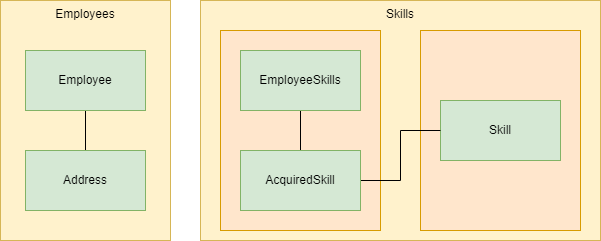
Above: artifacts/posts/images/mentoring-app.drawio.png in vicziani/vicziani.github.com (draw.io), before the change. Source tidied: cells renumbered, new cells last; positions are measured from the earlier drawing's top-left corner, leaving out a move shared by most shapes. Its diagram source:
```xml
<mxGraphModel>
  <root>
    <mxCell id="0" />
    <mxCell id="1" parent="0" />
    <mxCell id="2" value="Skills" style="rounded=0;whiteSpace=wrap;html=1;verticalAlign=top;fillColor=#fff2cc;strokeColor=#d6b656;" parent="1" vertex="1">
      <mxGeometry x="200" width="400" height="240" as="geometry" />
    </mxCell>
    <mxCell id="3" style="rounded=0;whiteSpace=wrap;html=1;fillColor=#ffe6cc;strokeColor=#d79b00;" parent="1" vertex="1">
      <mxGeometry x="420" y="30" width="160" height="200" as="geometry" />
    </mxCell>
    <mxCell id="4" style="rounded=0;whiteSpace=wrap;html=1;fillColor=#ffe6cc;strokeColor=#d79b00;" parent="1" vertex="1">
      <mxGeometry x="220" y="30" width="160" height="200" as="geometry" />
    </mxCell>
    <mxCell id="5" value="Employees" style="rounded=0;whiteSpace=wrap;html=1;verticalAlign=top;fillColor=#fff2cc;strokeColor=#d6b656;" parent="1" vertex="1">
      <mxGeometry width="170" height="240" as="geometry" />
    </mxCell>
    <mxCell id="6" style="edgeStyle=orthogonalEdgeStyle;rounded=0;jettySize=auto;html=1;exitX=0.5;exitY=1;exitDx=0;exitDy=0;endArrow=none;endFill=0;" parent="1" edge="1" source="7" target="8">
      <mxGeometry relative="1" as="geometry" />
    </mxCell>
    <mxCell id="7" value="Employee" style="rounded=0;whiteSpace=wrap;html=1;" parent="1" vertex="1">
      <mxGeometry x="25" y="50" width="120" height="60" as="geometry" />
    </mxCell>
    <mxCell id="8" value="Address" style="rounded=0;whiteSpace=wrap;html=1;" parent="1" vertex="1">
      <mxGeometry x="25" y="150" width="120" height="60" as="geometry" />
    </mxCell>
    <mxCell id="9" value="Skill" style="rounded=0;whiteSpace=wrap;html=1;fillColor=#d5e8d4;strokeColor=#82b366;" parent="1" vertex="1">
      <mxGeometry x="440" y="100" width="120" height="60" as="geometry" />
    </mxCell>
    <mxCell id="10" style="edgeStyle=orthogonalEdgeStyle;rounded=0;jettySize=auto;html=1;exitX=0.5;exitY=1;exitDx=0;exitDy=0;endArrow=none;endFill=0;" parent="1" edge="1" source="11" target="13">
      <mxGeometry relative="1" as="geometry" />
    </mxCell>
    <mxCell id="11" value="EmployeeSkills" style="rounded=0;whiteSpace=wrap;html=1;" parent="1" vertex="1">
      <mxGeometry x="240" y="50" width="120" height="60" as="geometry" />
    </mxCell>
    <mxCell id="12" style="edgeStyle=orthogonalEdgeStyle;rounded=0;jettySize=auto;html=1;exitX=1;exitY=0.5;exitDx=0;exitDy=0;entryX=0;entryY=0.5;entryDx=0;entryDy=0;endArrow=none;endFill=0;" parent="1" edge="1" source="13" target="9">
      <mxGeometry relative="1" as="geometry" />
    </mxCell>
    <mxCell id="13" value="AcquiredSkill" style="rounded=0;whiteSpace=wrap;html=1;fillColor=#d5e8d4;strokeColor=#82b366;" parent="1" vertex="1">
      <mxGeometry x="240" y="150" width="120" height="60" as="geometry" />
    </mxCell>
    <mxCell id="14" value="Employee" style="rounded=0;whiteSpace=wrap;html=1;fillColor=#d5e8d4;strokeColor=#82b366;" parent="1" vertex="1">
      <mxGeometry x="25" y="50" width="120" height="60" as="geometry" />
    </mxCell>
    <mxCell id="15" value="Address" style="rounded=0;whiteSpace=wrap;html=1;fillColor=#d5e8d4;strokeColor=#82b366;" parent="1" vertex="1">
      <mxGeometry x="25" y="150" width="120" height="60" as="geometry" />
    </mxCell>
    <mxCell id="16" value="EmployeeSkills" style="rounded=0;whiteSpace=wrap;html=1;fillColor=#d5e8d4;strokeColor=#82b366;" parent="1" vertex="1">
      <mxGeometry x="240" y="50" width="120" height="60" as="geometry" />
    </mxCell>
  </root>
</mxGraphModel>
```
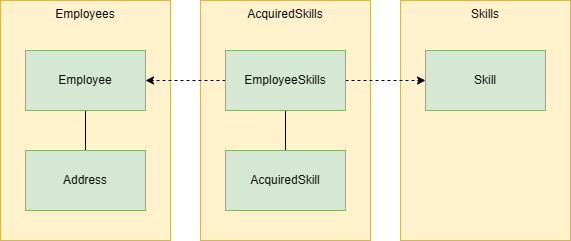
The same diagram one commit later.

Change to the diagram source:
```diff
@@ -2,15 +2,12 @@
   <root>
     <mxCell id="0" />
     <mxCell id="1" parent="0" />
+    <mxCell id="17" value="Skills" style="rounded=0;whiteSpace=wrap;html=1;verticalAlign=top;fillColor=#fff2cc;strokeColor=#d6b656;" parent="1" vertex="1">
+      <mxGeometry x="400" width="170" height="240" as="geometry" />
+    </mxCell>
-    <mxCell id="2" value="Skills" style="rounded=0;whiteSpace=wrap;html=1;verticalAlign=top;fillColor=#fff2cc;strokeColor=#d6b656;" parent="1" vertex="1">
-      <mxGeometry x="200" width="400" height="240" as="geometry" />
+    <mxCell id="2" value="AcquiredSkills" style="rounded=0;whiteSpace=wrap;html=1;verticalAlign=top;fillColor=#fff2cc;strokeColor=#d6b656;" parent="1" vertex="1">
+      <mxGeometry x="200" width="170" height="240" as="geometry" />
     </mxCell>
-    <mxCell id="3" style="rounded=0;whiteSpace=wrap;html=1;fillColor=#ffe6cc;strokeColor=#d79b00;" parent="1" vertex="1">
-      <mxGeometry x="420" y="30" width="160" height="200" as="geometry" />
-    </mxCell>
-    <mxCell id="4" style="rounded=0;whiteSpace=wrap;html=1;fillColor=#ffe6cc;strokeColor=#d79b00;" parent="1" vertex="1">
-      <mxGeometry x="220" y="30" width="160" height="200" as="geometry" />
-    </mxCell>
     <mxCell id="5" value="Employees" style="rounded=0;whiteSpace=wrap;html=1;verticalAlign=top;fillColor=#fff2cc;strokeColor=#d6b656;" parent="1" vertex="1">
       <mxGeometry width="170" height="240" as="geometry" />
     </mxCell>
@@ -24,19 +21,13 @@
       <mxGeometry x="25" y="150" width="120" height="60" as="geometry" />
     </mxCell>
     <mxCell id="9" value="Skill" style="rounded=0;whiteSpace=wrap;html=1;fillColor=#d5e8d4;strokeColor=#82b366;" parent="1" vertex="1">
-      <mxGeometry x="440" y="100" width="120" height="60" as="geometry" />
+      <mxGeometry x="425" y="50" width="120" height="60" as="geometry" />
     </mxCell>
-    <mxCell id="10" style="edgeStyle=orthogonalEdgeStyle;rounded=0;jettySize=auto;html=1;exitX=0.5;exitY=1;exitDx=0;exitDy=0;endArrow=none;endFill=0;" parent="1" edge="1" source="11" target="13">
+    <mxCell id="10" style="edgeStyle=orthogonalEdgeStyle;rounded=0;jettySize=auto;html=1;exitX=0.5;exitY=1;exitDx=0;exitDy=0;endArrow=none;endFill=0;" parent="1" edge="1" source="16" target="13">
       <mxGeometry relative="1" as="geometry" />
     </mxCell>
-    <mxCell id="11" value="EmployeeSkills" style="rounded=0;whiteSpace=wrap;html=1;" parent="1" vertex="1">
-      <mxGeometry x="240" y="50" width="120" height="60" as="geometry" />
-    </mxCell>
-    <mxCell id="12" style="edgeStyle=orthogonalEdgeStyle;rounded=0;jettySize=auto;html=1;exitX=1;exitY=0.5;exitDx=0;exitDy=0;entryX=0;entryY=0.5;entryDx=0;entryDy=0;endArrow=none;endFill=0;" parent="1" edge="1" source="13" target="9">
-      <mxGeometry relative="1" as="geometry" />
-    </mxCell>
     <mxCell id="13" value="AcquiredSkill" style="rounded=0;whiteSpace=wrap;html=1;fillColor=#d5e8d4;strokeColor=#82b366;" parent="1" vertex="1">
-      <mxGeometry x="240" y="150" width="120" height="60" as="geometry" />
+      <mxGeometry x="225" y="150" width="120" height="60" as="geometry" />
     </mxCell>
     <mxCell id="14" value="Employee" style="rounded=0;whiteSpace=wrap;html=1;fillColor=#d5e8d4;strokeColor=#82b366;" parent="1" vertex="1">
       <mxGeometry x="25" y="50" width="120" height="60" as="geometry" />
@@ -44,8 +35,14 @@
     <mxCell id="15" value="Address" style="rounded=0;whiteSpace=wrap;html=1;fillColor=#d5e8d4;strokeColor=#82b366;" parent="1" vertex="1">
       <mxGeometry x="25" y="150" width="120" height="60" as="geometry" />
     </mxCell>
+    <mxCell id="18" style="edgeStyle=orthogonalEdgeStyle;rounded=0;jettySize=auto;html=1;exitX=0;exitY=0.5;exitDx=0;exitDy=0;entryX=1;entryY=0.5;entryDx=0;entryDy=0;dashed=1;" parent="1" edge="1" source="16" target="14">
+      <mxGeometry relative="1" as="geometry" />
+    </mxCell>
+    <mxCell id="19" style="edgeStyle=orthogonalEdgeStyle;rounded=0;jettySize=auto;html=1;exitX=1;exitY=0.5;exitDx=0;exitDy=0;entryX=0;entryY=0.5;entryDx=0;entryDy=0;dashed=1;" parent="1" edge="1" source="16" target="9">
+      <mxGeometry relative="1" as="geometry" />
+    </mxCell>
     <mxCell id="16" value="EmployeeSkills" style="rounded=0;whiteSpace=wrap;html=1;fillColor=#d5e8d4;strokeColor=#82b366;" parent="1" vertex="1">
-      <mxGeometry x="240" y="50" width="120" height="60" as="geometry" />
+      <mxGeometry x="225" y="50" width="120" height="60" as="geometry" />
     </mxCell>
   </root>
 </mxGraphModel>
```
